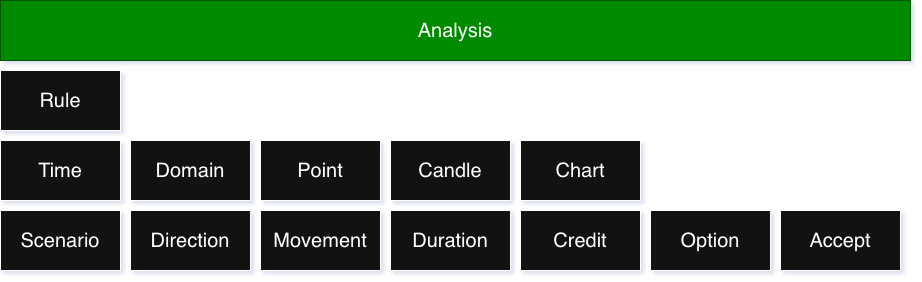
Above: design/analysis.png in kashanimorteza/economy_document (draw.io), before the change. Source tidied: cells renumbered, new cells last; positions are measured from the earlier drawing's top-left corner, leaving out a move shared by most shapes.
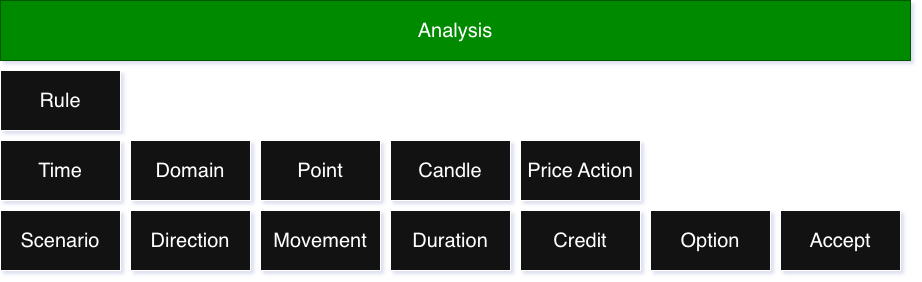
Above is the later version.

Change to the diagram source:
```diff
@@ -41,8 +41,8 @@
     <mxCell id="14" value="Analysis" style="whiteSpace=wrap;html=1;fontSize=20;fontColor=#ffffff;fillColor=#008a00;strokeColor=#005700;" parent="1" vertex="1">
       <mxGeometry width="910" height="60" as="geometry" />
     </mxCell>
-    <mxCell id="15" value="Chart" style="whiteSpace=wrap;html=1;fontSize=20;" parent="1" vertex="1">
-      <mxGeometry x="520" y="140" width="120" height="60" as="geometry" />
-    </mxCell>
+    <mxCell id="16" value="Price Action" style="whiteSpace=wrap;html=1;fontSize=20;" parent="1" vertex="1">
+      <mxGeometry x="520" y="140" width="120" height="60" as="geometry" />
+    </mxCell>
   </root>
 </mxGraphModel>
```
